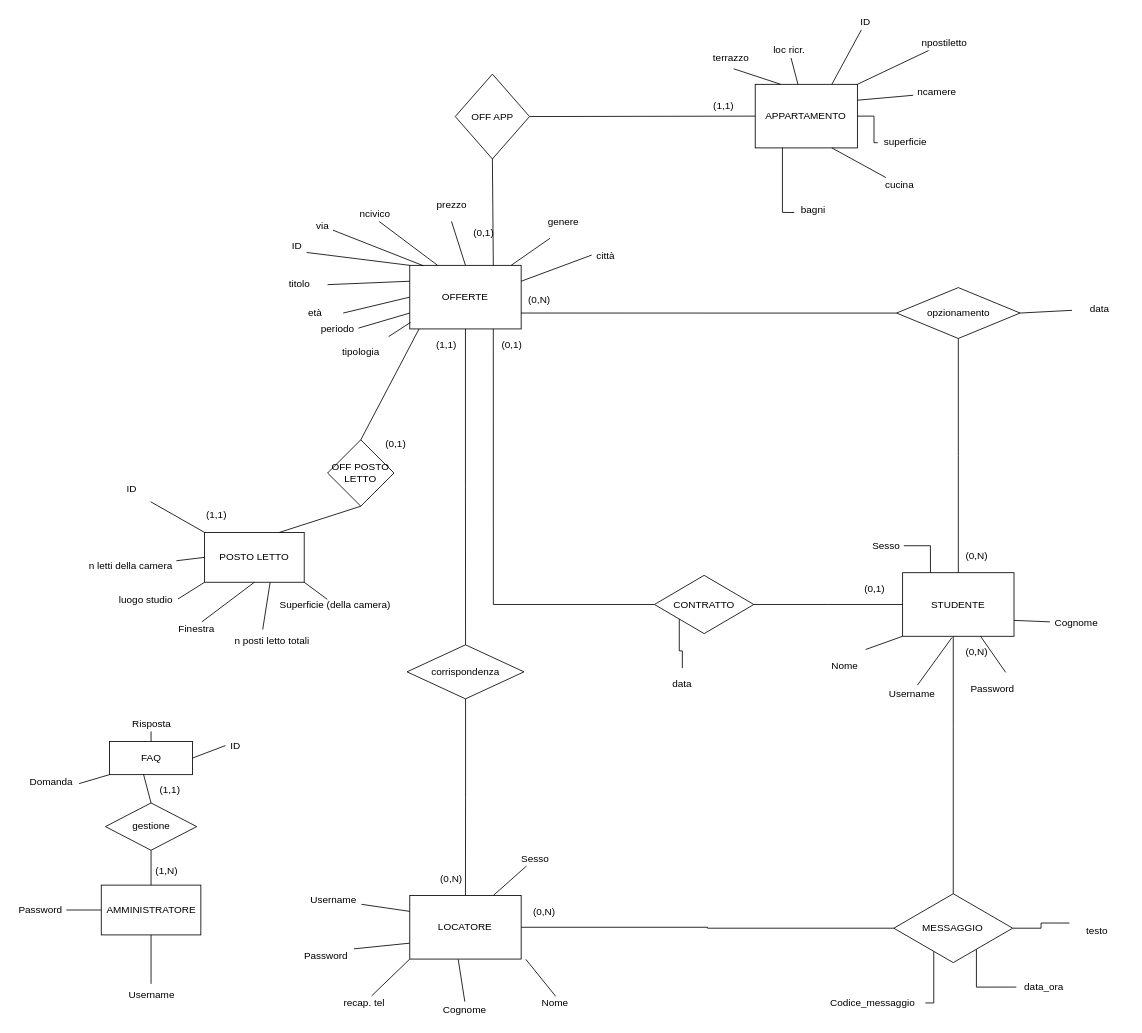
The draw.io diagram er.drawio in DavideNunin/TecnologieWeb, before the edit. Source tidied: cells renumbered, new cells numbered last; positions are measured from the earlier drawing's top-left corner, leaving out a move shared by most shapes. Both pictures are drawn from the tidied source at 83%, with x=0, y=0 at pixel (14, 14).
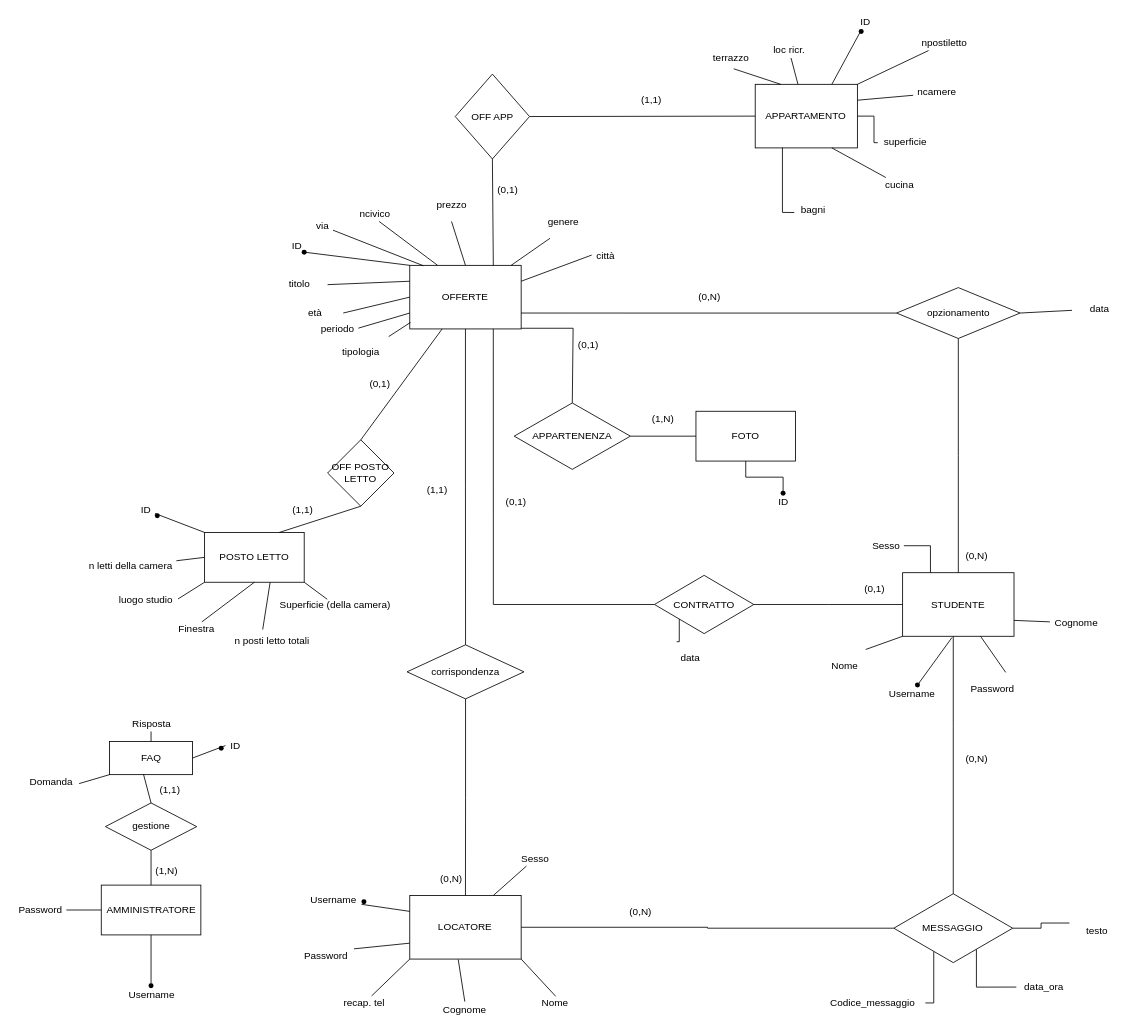
The same page after the edit.

Unchanged cells that the change refers to:
```xml
<mxCell id="3" value="OFFERTE" style="rounded=0;whiteSpace=wrap;html=1;" parent="2" vertex="1">
  <mxGeometry x="134.2" y="153.2" width="134.2" height="76.6" as="geometry" />
</mxCell>
<mxCell id="4" value="STUDENTE" style="whiteSpace=wrap;html=1;rounded=0;" parent="2" vertex="1">
  <mxGeometry x="728" y="523.5" width="134.2" height="76.6" as="geometry" />
</mxCell>
<mxCell id="6" value="CONTRATTO" style="rhombus;whiteSpace=wrap;html=1;rounded=0;" parent="2" vertex="1">
  <mxGeometry x="429" y="526.7" width="119.7" height="70.2" as="geometry" />
</mxCell>
<mxCell id="30" value="OFF POSTO LETTO" style="rhombus;whiteSpace=wrap;html=1;" parent="2" vertex="1">
  <mxGeometry x="35.2" y="363.4" width="80" height="80" as="geometry" />
</mxCell>
<mxCell id="80" value="LOCATORE" style="whiteSpace=wrap;html=1;rounded=0;" parent="1" vertex="1">
  <mxGeometry x="476.2" y="1061.4" width="134.2" height="76.6" as="geometry" />
</mxCell>
<mxCell id="92" value="Nome" style="text;html=1;align=center;verticalAlign=middle;points=[];strokeColor=none;fillColor=none;" parent="1" vertex="1">
  <mxGeometry x="630" y="1182.3" width="42" height="18" as="geometry" />
</mxCell>
<mxCell id="120" value="POSTO LETTO" style="whiteSpace=wrap;html=1;" parent="1" vertex="1">
  <mxGeometry x="229" y="624" width="120" height="60" as="geometry" />
</mxCell>
<mxCell id="134" value="ID" style="text;html=1;align=center;verticalAlign=middle;points=[];strokeColor=none;fillColor=none;" parent="1" vertex="1">
  <mxGeometry x="328.9" y="269.6" width="22" height="18" as="geometry" />
</mxCell>
```

Diff of the diagram source:
```diff
@@
     <mxCell id="2" style="group;" parent="1" vertex="1">
-      <mxGeometry x="342" y="149" width="869.5" height="936" as="geometry" />
+      <mxGeometry x="342" y="149" width="869.5" height="950.7" as="geometry" />
     </mxCell>
@@
     <mxCell id="10" value="(0,N)" style="text;html=1;strokeColor=none;fillColor=none;align=center;verticalAlign=middle;whiteSpace=wrap;rounded=0;" parent="2" vertex="1">
-      <mxGeometry x="257.3" y="176" width="67.1" height="38.3" as="geometry" />
+      <mxGeometry x="461.9" y="172.4" width="67.1" height="38.3" as="geometry" />
     </mxCell>
@@
     <mxCell id="13" value="(0,1)" style="text;html=1;strokeColor=none;fillColor=none;align=center;verticalAlign=middle;whiteSpace=wrap;rounded=0;" parent="2" vertex="1">
-      <mxGeometry x="223.7" y="229.8" width="67.1" height="38.3" as="geometry" />
+      <mxGeometry x="229" y="418.7" width="67.1" height="38.3" as="geometry" />
     </mxCell>
     <mxCell id="14" value="(1,1)" style="text;html=1;strokeColor=none;fillColor=none;align=center;verticalAlign=middle;whiteSpace=wrap;rounded=0;" parent="2" vertex="1">
-      <mxGeometry x="145.4" y="229.8" width="67.1" height="38.3" as="geometry" />
+      <mxGeometry x="134.2" y="405.1" width="67.1" height="38.3" as="geometry" />
     </mxCell>
     <mxCell id="15" value="(0,1)" style="text;html=1;strokeColor=none;fillColor=none;align=center;verticalAlign=middle;whiteSpace=wrap;rounded=0;" parent="2" vertex="1">
-      <mxGeometry x="190.2" y="94.6" width="67.1" height="38.3" as="geometry" />
+      <mxGeometry x="219.3" y="44" width="67.1" height="38.3" as="geometry" />
     </mxCell>
@@
-    <mxCell id="17" style="endArrow=none;html=1;rounded=0;entryX=0.443;entryY=1.02;entryDx=0;entryDy=0;entryPerimeter=0;" parent="2" edge="1" target="4">
-      <mxGeometry relative="1" as="geometry">
-        <mxPoint x="745.9" y="658.9" as="sourcePoint" />
-      </mxGeometry>
+    <mxCell id="17" style="endArrow=none;html=1;rounded=0;entryX=0.443;entryY=1.02;entryDx=0;entryDy=0;entryPerimeter=0;" parent="2" edge="1" source="141" target="4">
+      <mxGeometry relative="1" as="geometry" />
     </mxCell>
@@
-    <mxCell id="20" style="edgeStyle=orthogonalEdgeStyle;rounded=0;jettySize=auto;html=1;entryX=0;entryY=1;entryDx=0;entryDy=0;endArrow=none;endFill=0;" parent="2" edge="1" source="21" target="6">
+    <mxCell id="20" style="edgeStyle=orthogonalEdgeStyle;rounded=0;jettySize=auto;html=1;entryX=0;entryY=1;entryDx=0;entryDy=0;endArrow=none;endFill=0;exitX=0.25;exitY=0;exitDx=0;exitDy=0;" parent="2" edge="1" source="21" target="6">
       <mxGeometry relative="1" as="geometry" />
     </mxCell>
     <mxCell id="21" value="data" style="text;html=1;strokeColor=none;fillColor=none;align=center;verticalAlign=middle;whiteSpace=wrap;rounded=0;" parent="2" vertex="1">
-      <mxGeometry x="429" y="638.5" width="67.1" height="38.3" as="geometry" />
+      <mxGeometry x="439" y="606.6" width="67.1" height="38.3" as="geometry" />
     </mxCell>
     <mxCell id="22" value="(0,N)" style="text;html=1;strokeColor=none;fillColor=none;align=center;verticalAlign=middle;whiteSpace=wrap;rounded=0;" parent="2" vertex="1">
-      <mxGeometry x="784" y="600.2" width="67.1" height="38.3" as="geometry" />
+      <mxGeometry x="784" y="729" width="67.1" height="38.3" as="geometry" />
     </mxCell>
@@
     <mxCell id="31" value="(0,1)" style="text;html=1;align=center;verticalAlign=middle;strokeColor=none;fillColor=none;" parent="2" vertex="1">
-      <mxGeometry x="99.2" y="359" width="35" height="18" as="geometry" />
+      <mxGeometry x="80.2" y="287.3" width="35" height="18" as="geometry" />
     </mxCell>
-    <mxCell id="32" style="endArrow=none;html=1;rounded=0;exitX=0.5;exitY=0;exitDx=0;exitDy=0;entryX=0;entryY=0;entryDx=0;entryDy=0;" parent="2" edge="1" source="30" target="14">
+    <mxCell id="32" style="endArrow=none;html=1;rounded=0;exitX=0.5;exitY=0;exitDx=0;exitDy=0;" parent="2" edge="1" source="30" target="3">
       <mxGeometry relative="1" as="geometry" />
     </mxCell>
@@
+    <mxCell id="137" value="FOTO" style="whiteSpace=wrap;html=1;" parent="2" vertex="1">
+      <mxGeometry x="479" y="329" width="120" height="60" as="geometry" />
+    </mxCell>
+    <mxCell id="138" value="APPARTENENZA" style="rhombus;whiteSpace=wrap;html=1;" parent="2" vertex="1">
+      <mxGeometry x="260" y="319" width="140" height="80" as="geometry" />
+    </mxCell>
+    <mxCell id="139" style="endArrow=none;html=1;rounded=0;edgeStyle=orthogonalEdgeStyle;entryX=0;entryY=0.5;entryDx=0;entryDy=0;" parent="2" edge="1" source="138" target="137">
+      <mxGeometry relative="1" as="geometry" />
+    </mxCell>
+    <mxCell id="140" style="endArrow=none;html=1;rounded=0;edgeStyle=orthogonalEdgeStyle;entryX=0.5;entryY=0;entryDx=0;entryDy=0;" parent="2" edge="1" source="3" target="138">
+      <mxGeometry relative="1" as="geometry">
+        <Array as="points">
+          <mxPoint x="331" y="229" />
+        </Array>
+      </mxGeometry>
+    </mxCell>
+    <mxCell id="124" value="(1,1)" style="text;html=1;align=center;verticalAlign=middle;strokeColor=none;fillColor=none;" parent="2" vertex="1">
+      <mxGeometry x="-13" y="439" width="35" height="18" as="geometry" />
+    </mxCell>
+    <mxCell id="86" value="(0,N)" style="text;html=1;strokeColor=none;fillColor=none;align=center;verticalAlign=middle;whiteSpace=wrap;rounded=0;" parent="2" vertex="1">
+      <mxGeometry x="379" y="912.4" width="67.1" height="38.3" as="geometry" />
+    </mxCell>
+    <mxCell id="141" style="shape=waypoint;sketch=0;fillStyle=solid;size=6;points=[];fillColor=none;perimeter=centerPerimeter;snapToPoint=1;" parent="2" vertex="1">
+      <mxGeometry x="725.9" y="638.9" width="40" height="40" as="geometry" />
+    </mxCell>
+    <mxCell id="142" style="shape=waypoint;sketch=0;fillStyle=solid;size=6;fillColor=none;perimeter=centerPerimeter;" parent="2" vertex="1">
+      <mxGeometry x="564" y="407.8" width="40" height="40" as="geometry" />
+    </mxCell>
+    <mxCell id="143" value="ID" style="text;html=1;align=center;verticalAlign=middle;points=[];strokeColor=none;fillColor=none;" parent="2" vertex="1">
+      <mxGeometry x="569" y="427.8" width="30" height="20" as="geometry" />
+    </mxCell>
+    <mxCell id="144" style="endArrow=none;html=1;rounded=0;edgeStyle=orthogonalEdgeStyle;exitX=0.5;exitY=1;exitDx=0;exitDy=0;" parent="2" edge="1" source="137" target="143">
+      <mxGeometry relative="1" as="geometry" />
+    </mxCell>
@@
-    <mxCell id="86" value="(0,N)" style="text;html=1;strokeColor=none;fillColor=none;align=center;verticalAlign=middle;whiteSpace=wrap;rounded=0;" parent="1" vertex="1">
-      <mxGeometry x="604.9" y="1061.4" width="67.1" height="38.3" as="geometry" />
-    </mxCell>
@@
-    <mxCell id="91" style="endArrow=none;html=1;rounded=0;entryX=0.525;entryY=0.032;entryDx=0;entryDy=0;entryPerimeter=0;" parent="1" edge="1" target="92">
-      <mxGeometry relative="1" as="geometry">
-        <mxPoint x="616" y="1138.3" as="sourcePoint" />
-      </mxGeometry>
+    <mxCell id="91" style="endArrow=none;html=1;rounded=0;entryX=0.525;entryY=0.032;entryDx=0;entryDy=0;entryPerimeter=0;exitX=1;exitY=1;exitDx=0;exitDy=0;" parent="1" edge="1" source="80" target="92">
+      <mxGeometry relative="1" as="geometry" />
     </mxCell>
@@
-    <mxCell id="124" value="(1,1)" style="text;html=1;align=center;verticalAlign=middle;strokeColor=none;fillColor=none;" parent="1" vertex="1">
-      <mxGeometry x="225" y="594" width="35" height="18" as="geometry" />
-    </mxCell>
@@
-    <mxCell id="131" style="endArrow=none;html=1;rounded=0;entryX=0;entryY=0;entryDx=0;entryDy=0;" parent="1" edge="1" target="120">
-      <mxGeometry relative="1" as="geometry">
-        <mxPoint x="164" y="587" as="sourcePoint" />
-      </mxGeometry>
+    <mxCell id="131" style="endArrow=none;html=1;rounded=0;entryX=0;entryY=0;entryDx=0;entryDy=0;" parent="1" edge="1" source="132" target="120">
+      <mxGeometry relative="1" as="geometry" />
     </mxCell>
     <mxCell id="132" value="ID" style="text;html=1;align=center;verticalAlign=middle;points=[];strokeColor=none;fillColor=none;" parent="1" vertex="1">
-      <mxGeometry x="130" y="563" width="22" height="18" as="geometry" />
+      <mxGeometry x="147.4" y="588" width="22" height="18" as="geometry" />
     </mxCell>
@@
-    <mxCell id="135" style="endArrow=none;html=1;rounded=0;entryX=0;entryY=0;entryDx=0;entryDy=0;exitX=1.045;exitY=0.947;exitDx=0;exitDy=0;exitPerimeter=0;" parent="1" edge="1" source="134" target="3">
+    <mxCell id="135" style="endArrow=none;html=1;rounded=0;entryX=0;entryY=0;entryDx=0;entryDy=0;exitDx=0;exitDy=0;exitPerimeter=0;startArrow=none;" parent="1" edge="1" source="151" target="3">
       <mxGeometry relative="1" as="geometry" />
     </mxCell>
     <mxCell id="136" value="(1,1)" style="text;html=1;strokeColor=none;fillColor=none;align=center;verticalAlign=middle;whiteSpace=wrap;rounded=0;" parent="1" vertex="1">
-      <mxGeometry x="821" y="91" width="67.1" height="38.3" as="geometry" />
+      <mxGeometry x="733.9" y="84.1" width="67.1" height="38.3" as="geometry" />
     </mxCell>
+    <mxCell id="145" value="(0,1)" style="text;html=1;align=center;verticalAlign=middle;strokeColor=none;fillColor=none;" parent="1" vertex="1">
+      <mxGeometry x="671" y="388" width="40" height="20" as="geometry" />
+    </mxCell>
+    <mxCell id="146" value="(1,N)" style="text;html=1;align=center;verticalAlign=middle;strokeColor=none;fillColor=none;" parent="1" vertex="1">
+      <mxGeometry x="761" y="478" width="40" height="20" as="geometry" />
+    </mxCell>
+    <mxCell id="147" style="shape=waypoint;sketch=0;fillStyle=solid;size=6;fillColor=none;perimeter=centerPerimeter;" parent="1" vertex="1">
+      <mxGeometry x="1000.1" y="0.4" width="40" height="40" as="geometry" />
+    </mxCell>
+    <mxCell id="148" style="shape=waypoint;sketch=0;fillStyle=solid;size=6;fillColor=none;perimeter=centerPerimeter;" parent="1" vertex="1">
+      <mxGeometry x="401" y="1049" width="40" height="40" as="geometry" />
+    </mxCell>
+    <mxCell id="149" style="shape=waypoint;sketch=0;fillStyle=solid;size=6;fillColor=none;perimeter=centerPerimeter;" parent="1" vertex="1">
+      <mxGeometry x="229" y="864" width="40" height="40" as="geometry" />
+    </mxCell>
+    <mxCell id="150" style="shape=waypoint;sketch=0;fillStyle=solid;size=6;fillColor=none;perimeter=centerPerimeter;" parent="1" vertex="1">
+      <mxGeometry x="144.5" y="1150.1" width="40" height="40" as="geometry" />
+    </mxCell>
+    <mxCell id="151" style="shape=waypoint;sketch=0;fillStyle=solid;size=6;points=[];fillColor=none;perimeter=centerPerimeter;snapToPoint=1;" parent="1" vertex="1">
+      <mxGeometry x="329" y="266.3" width="40" height="40" as="geometry" />
+    </mxCell>
+    <mxCell id="152" style="endArrow=none;html=1;rounded=0;entryDx=0;entryDy=0;exitX=1.045;exitY=0.947;exitDx=0;exitDy=0;exitPerimeter=0;" parent="1" edge="1" source="134" target="151">
+      <mxGeometry relative="1" as="geometry" />
+    </mxCell>
+    <mxCell id="153" style="shape=waypoint;sketch=0;fillStyle=solid;size=6;fillColor=none;perimeter=centerPerimeter;" parent="1" vertex="1">
+      <mxGeometry x="152" y="584" width="40" height="40" as="geometry" />
+    </mxCell>
```
